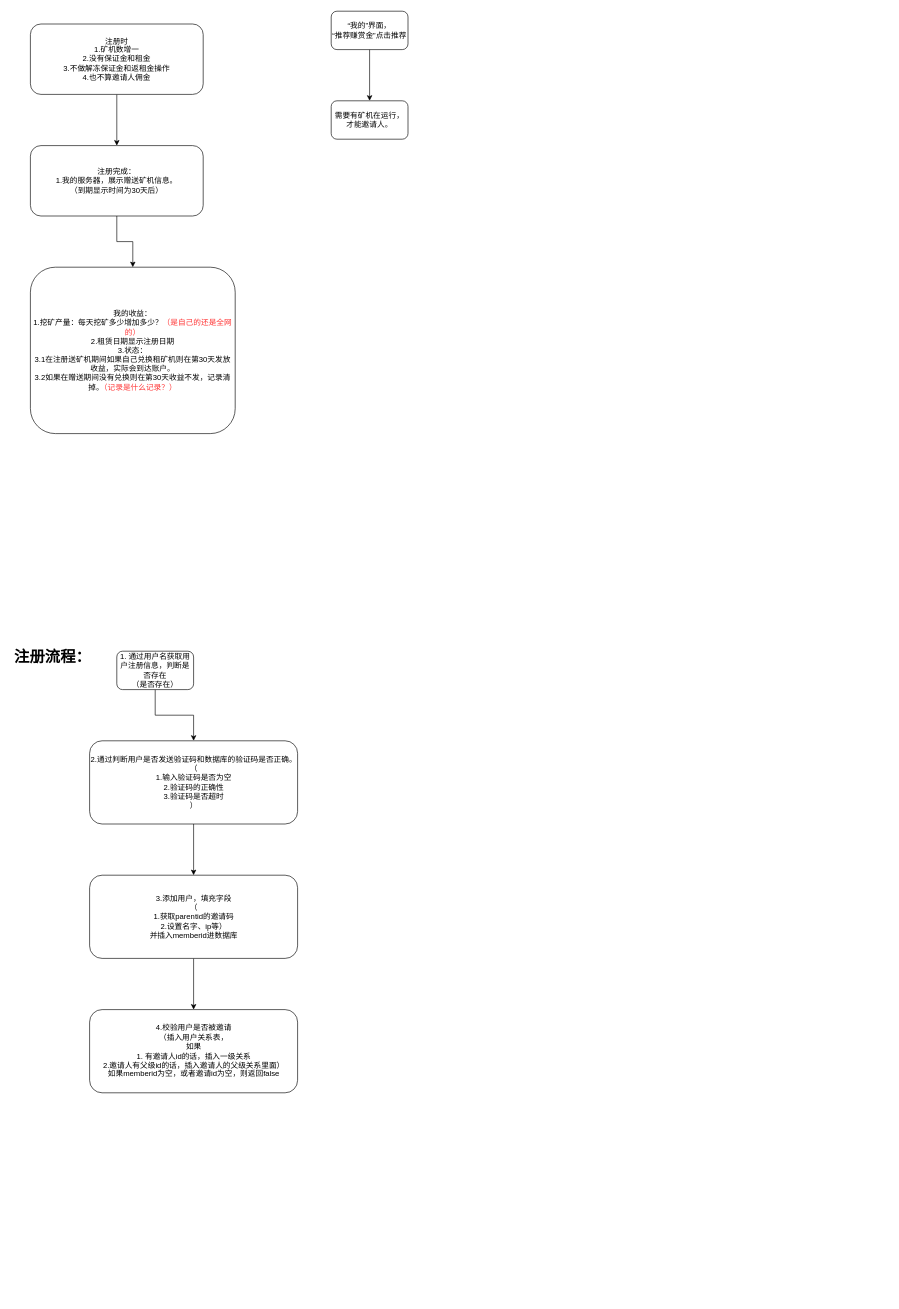
Earlier version of the draw.io diagram 注册.drawio (fishmc/2048). Source tidied: cells renumbered, new cells numbered last; positions are measured from the earlier drawing's top-left corner, leaving out a move shared by most shapes. Both pictures are drawn from the tidied source at 64%, with x=0, y=0 at pixel (11, 11).
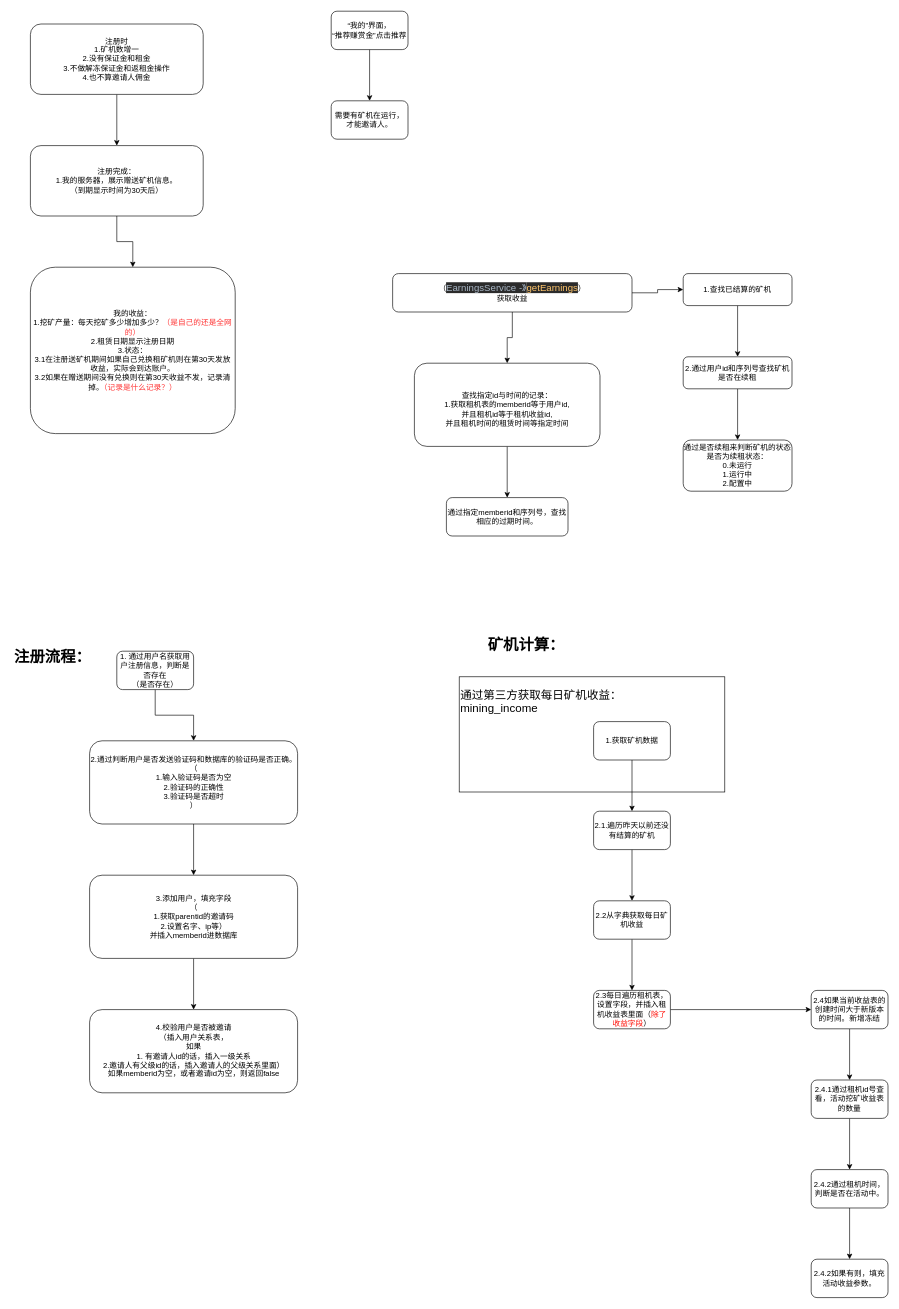
Above is the later version.

What changed in the source:
```diff
@@
+    <mxCell id="18" value="&lt;font style=&quot;font-size: 18px&quot;&gt;通过第三方获取每日矿机收益：&lt;br&gt;mining_income&lt;/font&gt;&lt;br&gt;&lt;br&gt;&lt;br&gt;&lt;br&gt;&lt;br&gt;&lt;br&gt;&lt;br&gt;&lt;br&gt;" style="rounded=0;whiteSpace=wrap;html=1;align=left;" parent="1" vertex="1">
+      <mxGeometry x="700" y="1040" width="415" height="180" as="geometry" />
+    </mxCell>
@@
+    <mxCell id="19" style="edgeStyle=orthogonalEdgeStyle;rounded=0;jettySize=auto;html=1;" parent="1" edge="1" source="21" target="28">
+      <mxGeometry relative="1" as="geometry" />
+    </mxCell>
+    <mxCell id="20" style="edgeStyle=orthogonalEdgeStyle;rounded=0;jettySize=auto;html=1;" parent="1" edge="1" source="21" target="23">
+      <mxGeometry relative="1" as="geometry" />
+    </mxCell>
+    <mxCell id="21" value="（&lt;span style=&quot;background-color: rgb(43 , 43 , 43) ; color: rgb(169 , 183 , 198) ; font-size: 11.3pt&quot;&gt;EarningsService -》&lt;/span&gt;&lt;span style=&quot;color: rgb(255 , 198 , 109) ; background-color: rgb(43 , 43 , 43) ; font-size: 11.3pt&quot;&gt;getEarnings&lt;/span&gt;&lt;span&gt;）&lt;/span&gt;&lt;br&gt;获取收益" style="rounded=1;whiteSpace=wrap;html=1;" parent="1" vertex="1">
+      <mxGeometry x="596" y="410" width="374" height="60" as="geometry" />
+    </mxCell>
+    <mxCell id="22" style="edgeStyle=orthogonalEdgeStyle;rounded=0;jettySize=auto;html=1;" parent="1" edge="1" source="23" target="25">
+      <mxGeometry relative="1" as="geometry" />
+    </mxCell>
+    <mxCell id="23" value="1.查找已结算的矿机" style="rounded=1;whiteSpace=wrap;html=1;" parent="1" vertex="1">
+      <mxGeometry x="1050" y="410" width="170" height="50" as="geometry" />
+    </mxCell>
+    <mxCell id="24" style="edgeStyle=orthogonalEdgeStyle;rounded=0;jettySize=auto;html=1;" parent="1" edge="1" source="25" target="26">
+      <mxGeometry relative="1" as="geometry" />
+    </mxCell>
+    <mxCell id="25" value="2.通过用户id和序列号查找矿机是否在续租" style="rounded=1;whiteSpace=wrap;html=1;" parent="1" vertex="1">
+      <mxGeometry x="1050" y="540" width="170" height="50" as="geometry" />
+    </mxCell>
+    <mxCell id="26" value="通过是否续租来判断矿机的状态是否为续租状态：&lt;br&gt;0.未运行&lt;br&gt;1.运行中&lt;br&gt;2.配置中" style="rounded=1;whiteSpace=wrap;html=1;" parent="1" vertex="1">
+      <mxGeometry x="1050" y="670" width="170" height="80" as="geometry" />
+    </mxCell>
+    <mxCell id="27" style="edgeStyle=orthogonalEdgeStyle;rounded=0;jettySize=auto;html=1;" parent="1" edge="1" source="28" target="29">
+      <mxGeometry relative="1" as="geometry" />
+    </mxCell>
+    <mxCell id="28" value="&lt;br&gt;查找指定id与时间的记录：&lt;br&gt;1.获取租机表的memberid等于用户id,&lt;br&gt;并且租机id等于租机收益id,&lt;br&gt;并且租机时间的租赁时间等指定时间" style="rounded=1;whiteSpace=wrap;html=1;" parent="1" vertex="1">
+      <mxGeometry x="630" y="550" width="290" height="130" as="geometry" />
+    </mxCell>
+    <mxCell id="29" value="通过指定memberid和序列号，查找相应的过期时间。" style="rounded=1;whiteSpace=wrap;html=1;" parent="1" vertex="1">
+      <mxGeometry x="680" y="760" width="190" height="60" as="geometry" />
+    </mxCell>
+    <mxCell id="30" style="edgeStyle=orthogonalEdgeStyle;rounded=0;jettySize=auto;html=1;" parent="1" edge="1" source="31" target="33">
+      <mxGeometry relative="1" as="geometry" />
+    </mxCell>
+    <mxCell id="31" value="1.获取矿机数据" style="rounded=1;whiteSpace=wrap;html=1;" parent="1" vertex="1">
+      <mxGeometry x="910" y="1110" width="120" height="60" as="geometry" />
+    </mxCell>
+    <mxCell id="32" style="edgeStyle=orthogonalEdgeStyle;rounded=0;jettySize=auto;html=1;" parent="1" edge="1" source="33" target="35">
+      <mxGeometry relative="1" as="geometry" />
+    </mxCell>
+    <mxCell id="33" value="2.1.遍历昨天以前还没有结算的矿机" style="rounded=1;whiteSpace=wrap;html=1;" parent="1" vertex="1">
+      <mxGeometry x="910" y="1250" width="120" height="60" as="geometry" />
+    </mxCell>
+    <mxCell id="34" style="edgeStyle=orthogonalEdgeStyle;rounded=0;jettySize=auto;html=1;" parent="1" edge="1" source="35" target="37">
+      <mxGeometry relative="1" as="geometry" />
+    </mxCell>
+    <mxCell id="35" value="2.2从字典获取每日矿机收益" style="rounded=1;whiteSpace=wrap;html=1;" parent="1" vertex="1">
+      <mxGeometry x="910" y="1390" width="120" height="60" as="geometry" />
+    </mxCell>
+    <mxCell id="36" style="edgeStyle=orthogonalEdgeStyle;rounded=0;jettySize=auto;html=1;" parent="1" edge="1" source="37" target="39">
+      <mxGeometry relative="1" as="geometry" />
+    </mxCell>
+    <mxCell id="37" value="2.3每日遍历租机表，设置字段，并插入租机收益表里面（&lt;font color=&quot;#ff0d05&quot;&gt;除了收益字段&lt;/font&gt;）" style="rounded=1;whiteSpace=wrap;html=1;" parent="1" vertex="1">
+      <mxGeometry x="910" y="1530" width="120" height="60" as="geometry" />
+    </mxCell>
+    <mxCell id="38" style="edgeStyle=orthogonalEdgeStyle;rounded=0;jettySize=auto;html=1;" parent="1" edge="1" source="39" target="41">
+      <mxGeometry relative="1" as="geometry" />
+    </mxCell>
+    <mxCell id="39" value="2.4如果当前收益表的创建时间大于新版本的时间。新增冻结" style="rounded=1;whiteSpace=wrap;html=1;" parent="1" vertex="1">
+      <mxGeometry x="1250" y="1530" width="120" height="60" as="geometry" />
+    </mxCell>
+    <mxCell id="40" style="edgeStyle=orthogonalEdgeStyle;rounded=0;jettySize=auto;html=1;" parent="1" edge="1" source="41" target="43">
+      <mxGeometry relative="1" as="geometry" />
+    </mxCell>
+    <mxCell id="41" value="2.4.1通过租机id号查看，活动挖矿收益表的数量" style="rounded=1;whiteSpace=wrap;html=1;" parent="1" vertex="1">
+      <mxGeometry x="1250" y="1670" width="120" height="60" as="geometry" />
+    </mxCell>
+    <mxCell id="42" style="edgeStyle=orthogonalEdgeStyle;rounded=0;jettySize=auto;html=1;" parent="1" edge="1" source="43" target="44">
+      <mxGeometry relative="1" as="geometry" />
+    </mxCell>
+    <mxCell id="43" value="2.4.2通过租机时间，判断是否在活动中。" style="rounded=1;whiteSpace=wrap;html=1;" parent="1" vertex="1">
+      <mxGeometry x="1250" y="1810" width="120" height="60" as="geometry" />
+    </mxCell>
+    <mxCell id="44" value="2.4.2如果有则，填充活动收益参数。" style="rounded=1;whiteSpace=wrap;html=1;" parent="1" vertex="1">
+      <mxGeometry x="1250" y="1950" width="120" height="60" as="geometry" />
+    </mxCell>
+    <mxCell id="45" value="&lt;h1&gt;矿机计算：&lt;/h1&gt;&lt;p&gt;&lt;br&gt;&lt;/p&gt;" style="text;html=1;strokeColor=none;fillColor=none;spacing=5;spacingTop=-20;whiteSpace=wrap;overflow=hidden;rounded=0;" parent="1" vertex="1">
+      <mxGeometry x="740" y="970" width="190" height="40" as="geometry" />
+    </mxCell>
```
